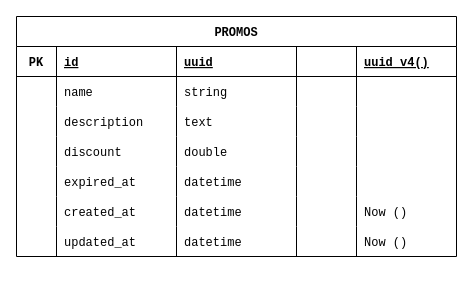
Earlier version of the draw.io diagram page "Promos" (4 of 7) of requirements/Database ERD.drawio (foxxxesky/Final-Projects-Backend-OVO). Source tidied: cells renumbered, new cells numbered last; positions are measured from the earlier drawing's top-left corner, leaving out a move shared by most shapes. Both pictures are drawn from the tidied source at 100%, with x=0, y=0 at pixel (16, 16).
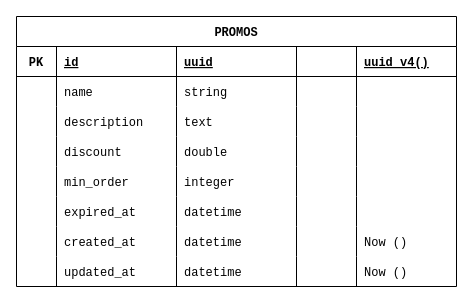
Above is the later version.

What changed in the source:
```diff
@@
     <mxCell id="2" value="PROMOS" style="shape=table;startSize=30;childLayout=tableLayout;rowLines=0;fontStyle=1;align=center;fontFamily=Courier New;" parent="1" vertex="1">
-      <mxGeometry width="440" height="240" as="geometry" />
+      <mxGeometry width="440" height="270" as="geometry" />
     </mxCell>
@@
+    <mxCell id="45" style="shape=tableRow;horizontal=0;startSize=0;swimlaneHead=0;swimlaneBody=0;fillColor=none;top=0;left=0;right=0;bottom=0;fontFamily=Courier New;" parent="2" vertex="1">
+      <mxGeometry y="150" width="440" height="30" as="geometry" />
+    </mxCell>
+    <mxCell id="46" style="shape=partialRectangle;fillColor=none;top=0;left=0;bottom=0;right=0;overflow=hidden;fontFamily=Courier New;" parent="45" vertex="1">
+      <mxGeometry width="40" height="30" as="geometry" />
+    </mxCell>
+    <mxCell id="47" value="min_order" style="shape=partialRectangle;fillColor=none;top=0;left=0;bottom=0;right=0;align=left;spacingLeft=6;overflow=hidden;fontFamily=Courier New;" parent="45" vertex="1">
+      <mxGeometry x="40" width="120" height="30" as="geometry" />
+    </mxCell>
+    <mxCell id="48" value="integer" style="shape=partialRectangle;fillColor=none;top=0;left=0;bottom=0;right=0;align=left;spacingLeft=6;overflow=hidden;fontFamily=Courier New;" parent="45" vertex="1">
+      <mxGeometry x="160" width="120" height="30" as="geometry" />
+    </mxCell>
+    <mxCell id="49" style="shape=partialRectangle;fillColor=none;top=0;left=0;bottom=0;right=0;align=left;spacingLeft=6;overflow=hidden;fontFamily=Courier New;" parent="45" vertex="1">
+      <mxGeometry x="280" width="60" height="30" as="geometry" />
+    </mxCell>
+    <mxCell id="50" style="shape=partialRectangle;fillColor=none;top=0;left=0;bottom=0;right=0;align=left;spacingLeft=6;overflow=hidden;fontFamily=Courier New;" parent="45" vertex="1">
+      <mxGeometry x="340" width="100" height="30" as="geometry" />
+    </mxCell>
     <mxCell id="27" style="shape=tableRow;horizontal=0;startSize=0;swimlaneHead=0;swimlaneBody=0;fillColor=none;top=0;left=0;right=0;bottom=0;fontFamily=Courier New;" parent="2" vertex="1">
-      <mxGeometry y="150" width="440" height="30" as="geometry" />
+      <mxGeometry y="180" width="440" height="30" as="geometry" />
     </mxCell>
@@
     <mxCell id="33" style="shape=tableRow;horizontal=0;startSize=0;swimlaneHead=0;swimlaneBody=0;fillColor=none;top=0;left=0;right=0;bottom=0;fontFamily=Courier New;" parent="2" vertex="1">
-      <mxGeometry y="180" width="440" height="30" as="geometry" />
+      <mxGeometry y="210" width="440" height="30" as="geometry" />
     </mxCell>
@@
     <mxCell id="39" style="shape=tableRow;horizontal=0;startSize=0;swimlaneHead=0;swimlaneBody=0;fillColor=none;top=0;left=0;right=0;bottom=0;fontFamily=Courier New;" parent="2" vertex="1">
-      <mxGeometry y="210" width="440" height="30" as="geometry" />
+      <mxGeometry y="240" width="440" height="30" as="geometry" />
     </mxCell>
```
